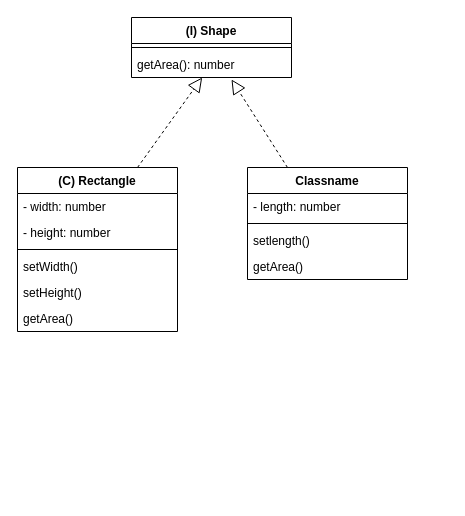
bamboo-house/Good-Code keeps this draw.io diagram as 03-SOLID原則/リスコフの置換原則/goodExample.drawio. Above is the earlier version. Source tidied: cells renumbered, new cells numbered last; positions are measured from the earlier drawing's top-left corner, leaving out a move shared by most shapes. Both pictures are drawn from the tidied source at 100%, with x=0, y=0 at pixel (17, 17).
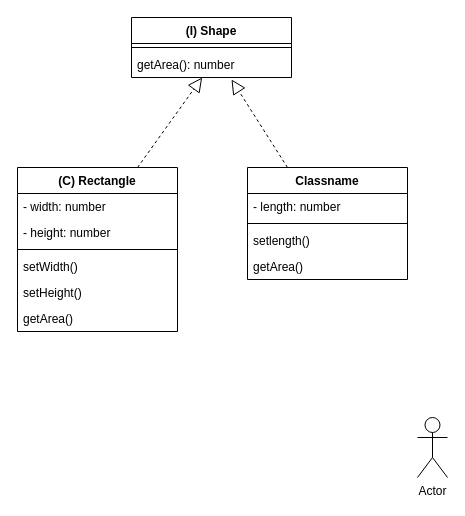
The same page after the edit.

The edit, as a diff of the source:
```diff
@@
 <mxGraphModel>
   <root>
     <mxCell id="0" />
     <mxCell id="1" parent="0" />
     <mxCell id="2" value="(I) Shape" style="swimlane;fontStyle=1;align=center;verticalAlign=top;horizontal=1;startSize=26;" parent="1" vertex="1">
       <mxGeometry x="114" width="160" height="60" as="geometry" />
     </mxCell>
     <mxCell id="3" style="line;strokeWidth=1;fillColor=none;align=left;verticalAlign=middle;spacingTop=-1;spacingLeft=3;spacingRight=3;labelPosition=right;strokeColor=inherit;" parent="2" vertex="1">
       <mxGeometry y="26" width="160" height="8" as="geometry" />
     </mxCell>
     <mxCell id="4" value="getArea(): number" style="text;strokeColor=none;fillColor=none;align=left;verticalAlign=top;spacingLeft=4;spacingRight=4;overflow=hidden;points=[[0,0.5],[1,0.5]];portConstraint=eastwest;" parent="2" vertex="1">
       <mxGeometry y="34" width="160" height="26" as="geometry" />
     </mxCell>
     <mxCell id="5" value="Classname" style="swimlane;fontStyle=1;align=center;verticalAlign=top;horizontal=1;startSize=26;" parent="1" vertex="1">
       <mxGeometry x="230" y="150" width="160" height="112" as="geometry" />
     </mxCell>
     <mxCell id="6" value="- length: number" style="text;strokeColor=none;fillColor=none;align=left;verticalAlign=top;spacingLeft=4;spacingRight=4;overflow=hidden;" parent="5" vertex="1">
       <mxGeometry y="26" width="160" height="26" as="geometry" />
     </mxCell>
     <mxCell id="7" style="line;strokeWidth=1;fillColor=none;align=left;verticalAlign=middle;spacingTop=-1;spacingLeft=3;spacingRight=3;labelPosition=right;strokeColor=inherit;" parent="5" vertex="1">
       <mxGeometry y="52" width="160" height="8" as="geometry" />
     </mxCell>
     <mxCell id="8" value="setlength()" style="text;strokeColor=none;fillColor=none;align=left;verticalAlign=top;spacingLeft=4;spacingRight=4;overflow=hidden;" parent="5" vertex="1">
       <mxGeometry y="60" width="160" height="26" as="geometry" />
     </mxCell>
     <mxCell id="9" value="getArea()" style="text;strokeColor=none;fillColor=none;align=left;verticalAlign=top;spacingLeft=4;spacingRight=4;overflow=hidden;" parent="5" vertex="1">
       <mxGeometry y="86" width="160" height="26" as="geometry" />
     </mxCell>
     <mxCell id="10" value="(C) Rectangle" style="swimlane;fontStyle=1;align=center;verticalAlign=top;horizontal=1;startSize=26;" parent="1" vertex="1">
       <mxGeometry y="150" width="160" height="164" as="geometry" />
     </mxCell>
     <mxCell id="11" value="- width: number" style="text;strokeColor=none;fillColor=none;align=left;verticalAlign=top;spacingLeft=4;spacingRight=4;overflow=hidden;" parent="10" vertex="1">
       <mxGeometry y="26" width="160" height="26" as="geometry" />
     </mxCell>
     <mxCell id="12" value="- height: number" style="text;strokeColor=none;fillColor=none;align=left;verticalAlign=top;spacingLeft=4;spacingRight=4;overflow=hidden;" parent="10" vertex="1">
       <mxGeometry y="52" width="160" height="26" as="geometry" />
     </mxCell>
     <mxCell id="13" style="line;strokeWidth=1;fillColor=none;align=left;verticalAlign=middle;spacingTop=-1;spacingLeft=3;spacingRight=3;labelPosition=right;strokeColor=inherit;" parent="10" vertex="1">
       <mxGeometry y="78" width="160" height="8" as="geometry" />
     </mxCell>
     <mxCell id="14" value="setWidth()" style="text;strokeColor=none;fillColor=none;align=left;verticalAlign=top;spacingLeft=4;spacingRight=4;overflow=hidden;" parent="10" vertex="1">
       <mxGeometry y="86" width="160" height="26" as="geometry" />
     </mxCell>
     <mxCell id="15" value="setHeight()" style="text;strokeColor=none;fillColor=none;align=left;verticalAlign=top;spacingLeft=4;spacingRight=4;overflow=hidden;" parent="10" vertex="1">
       <mxGeometry y="112" width="160" height="26" as="geometry" />
     </mxCell>
     <mxCell id="16" value="getArea()" style="text;strokeColor=none;fillColor=none;align=left;verticalAlign=top;spacingLeft=4;spacingRight=4;overflow=hidden;" parent="10" vertex="1">
       <mxGeometry y="138" width="160" height="26" as="geometry" />
     </mxCell>
     <mxCell id="17" style="endArrow=block;dashed=1;endFill=0;endSize=12;html=1;exitX=0.75;exitY=0;exitDx=0;exitDy=0;" parent="1" edge="1" source="10" target="4">
       <mxGeometry relative="1" as="geometry" />
     </mxCell>
     <mxCell id="18" style="endArrow=block;dashed=1;endFill=0;endSize=12;html=1;exitX=0.25;exitY=0;exitDx=0;exitDy=0;entryX=0.625;entryY=1.077;entryDx=0;entryDy=0;entryPerimeter=0;" parent="1" edge="1" source="5" target="4">
       <mxGeometry relative="1" as="geometry" />
     </mxCell>
+    <mxCell id="19" value="Actor" style="shape=umlActor;verticalLabelPosition=bottom;verticalAlign=top;html=1;" parent="1" vertex="1">
+      <mxGeometry x="400" y="400" width="30" height="60" as="geometry" />
+    </mxCell>
   </root>
 </mxGraphModel>
```
